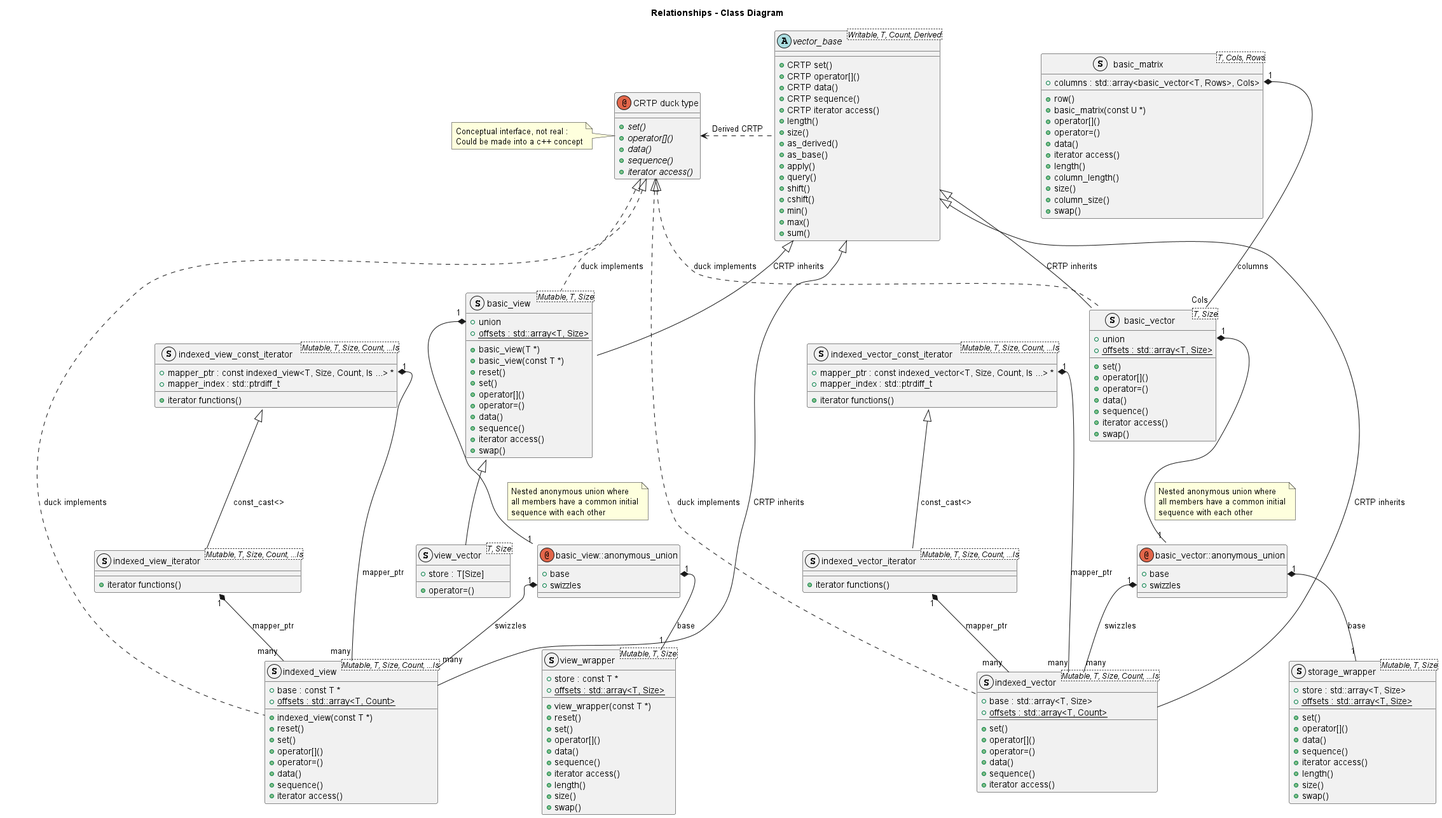
Earlier version of the PlantUML export docs/dsga.png (davidbrowne/dsga).
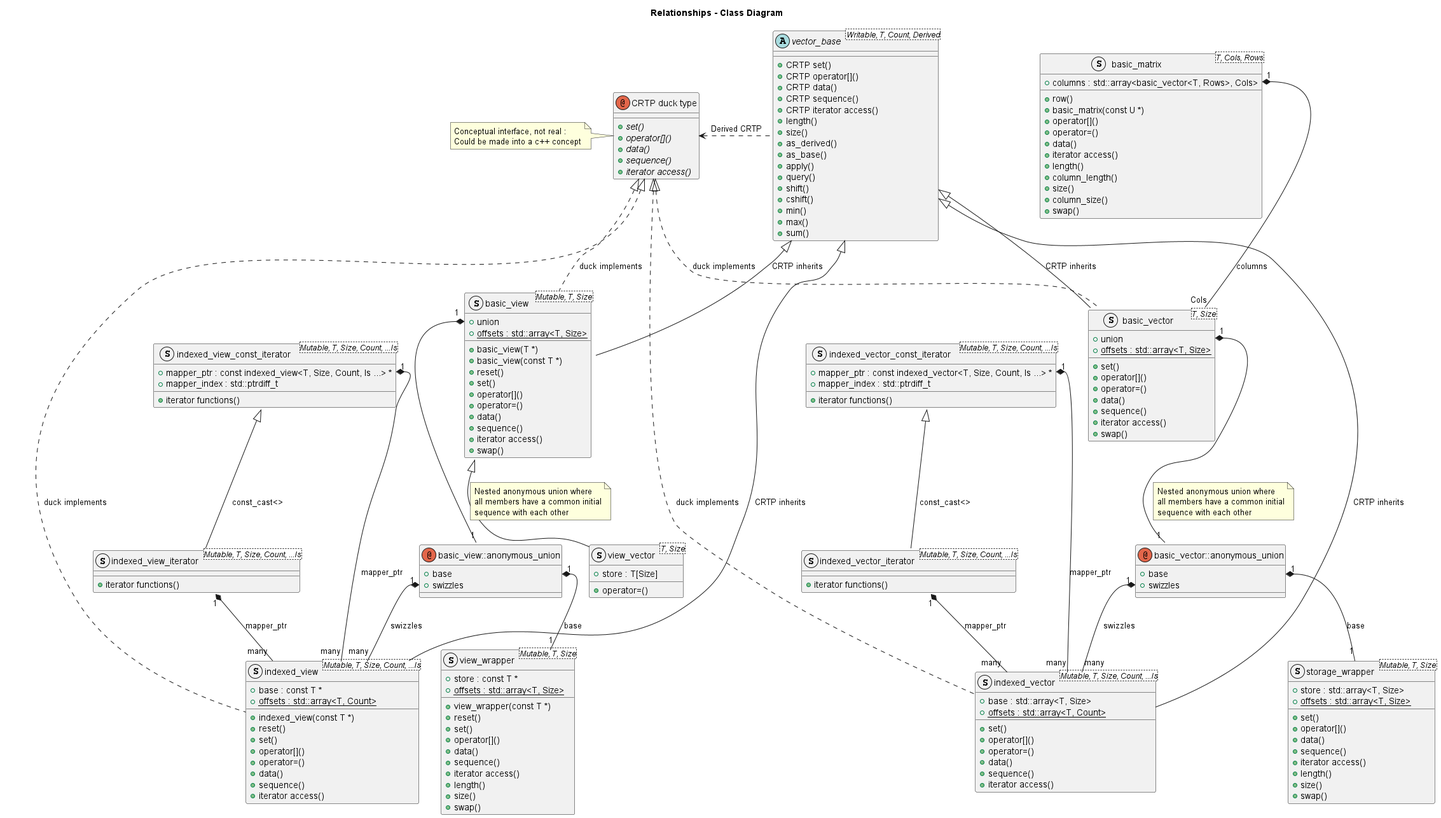
The same diagram one commit later.

Commit message:
small layout change in UML diagram

Diff of the diagram source:
```diff
@@ -193,4 +193,5 @@
 	end note
 	"CRTP duck type" <. vector_base : Derived CRTP
 	basic_matrix::columns "1" *-- "Cols" basic_vector : columns
+	basic_view::anonymous_union -[hidden]> view_vector
 @enduml
```
